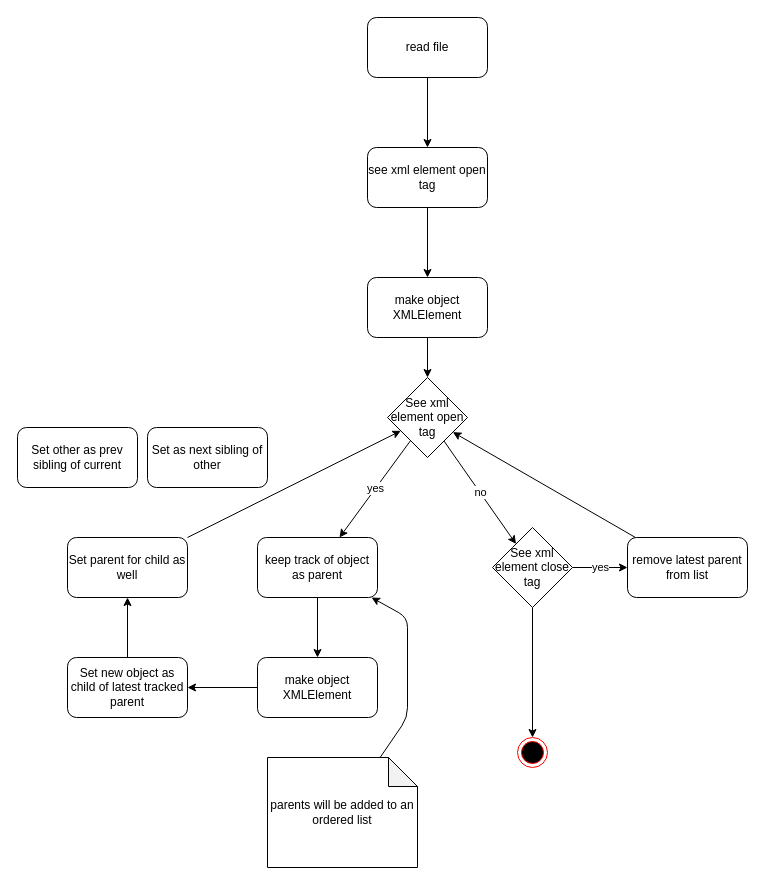
Before: flow.drawio in peiwand1/XML_Parser, a draw.io diagram. Source tidied: cells renumbered, new cells numbered last; positions are measured from the earlier drawing's top-left corner, leaving out a move shared by most shapes. Both pictures are drawn from the tidied source at 100%, with x=0, y=0 at pixel (17, 17).
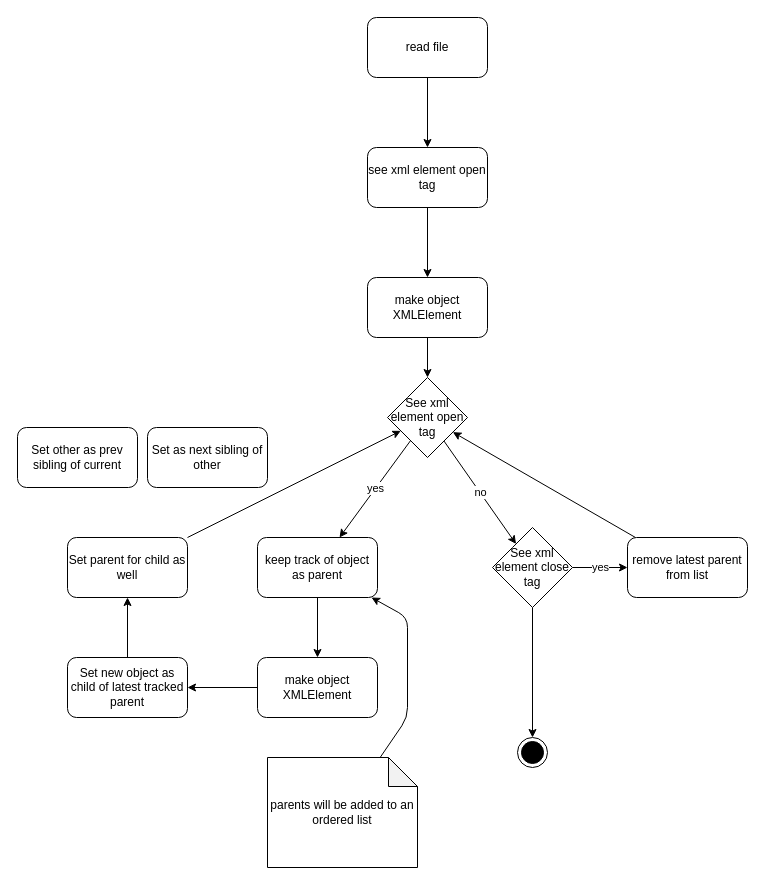
After the change.

Commit message (it also covers changes not shown here):
added musings on using state machine

The edit, as a diff of the source:
```diff
@@
-    <mxCell id="28" style="ellipse;html=1;shape=endState;fillColor=#000000;strokeColor=#ff0000;" parent="1" vertex="1">
+    <mxCell id="28" style="ellipse;html=1;shape=endState;fillColor=#000000;strokeColor=default;" parent="1" vertex="1">
       <mxGeometry x="500" y="720" width="30" height="30" as="geometry" />
     </mxCell>
```
